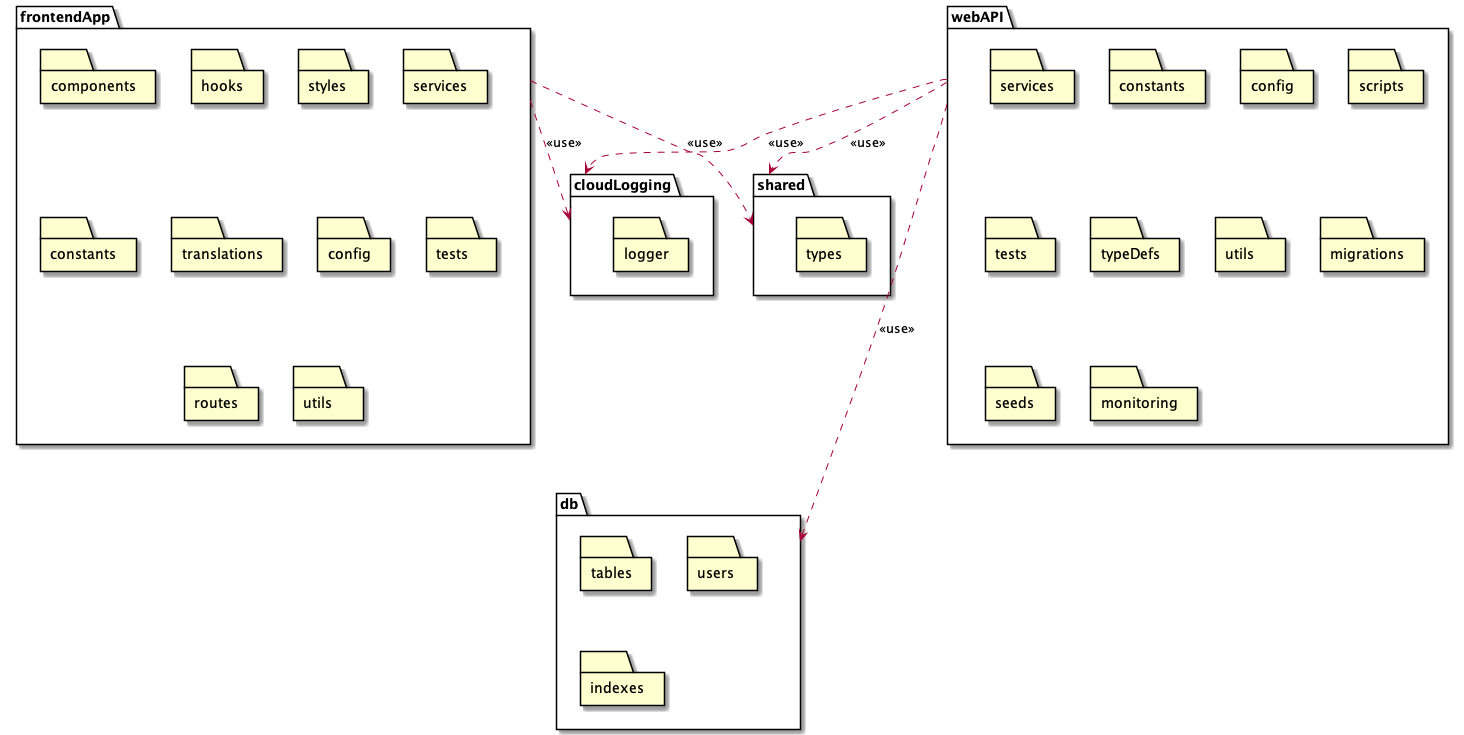
This is assets/diagrams/out/soa/packages/packages.png from pehovorka/4IT575_architektury_docs, a PlantUML export, as it was before one commit.
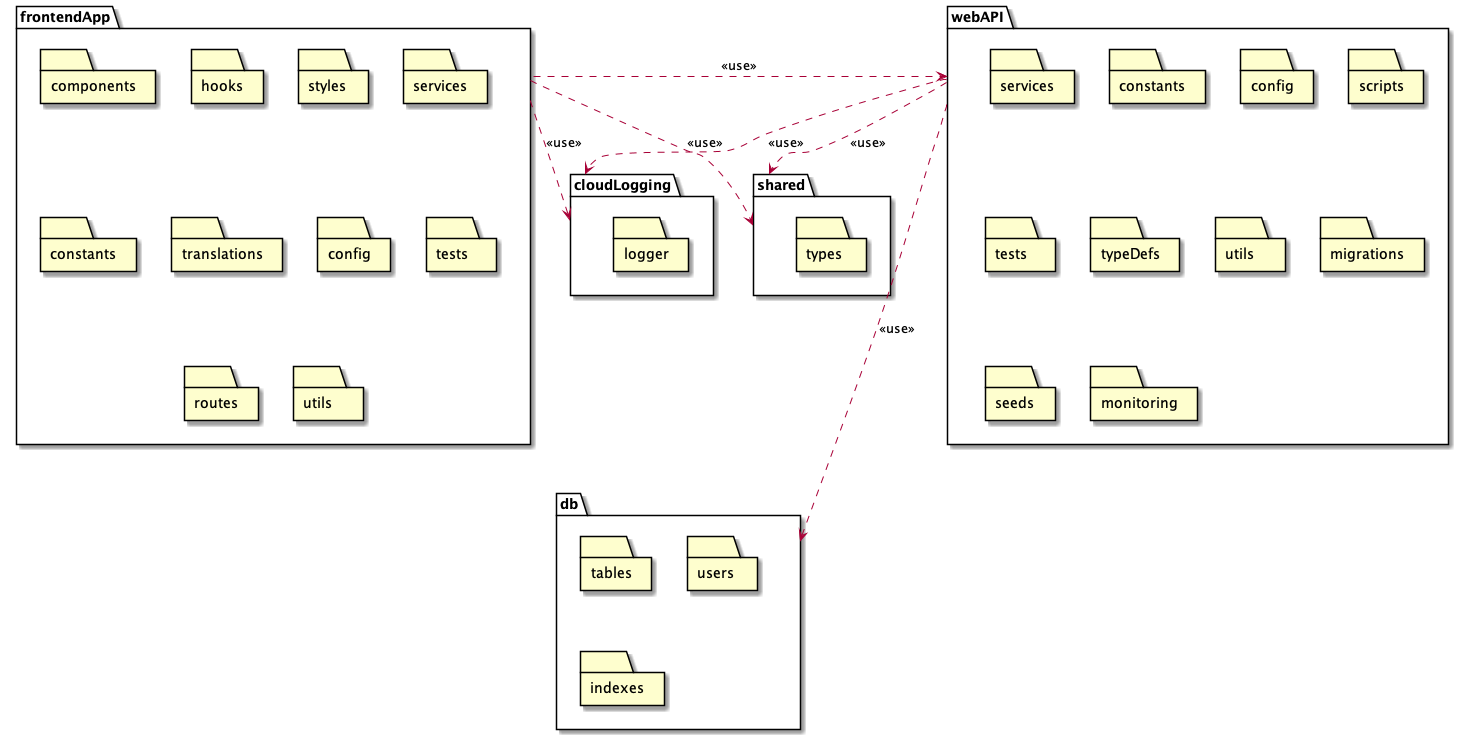
Later version of the same file.

Commit message:
Add FE to API dependency to SOA packages diagram

What changed in the source:
```diff
@@ -1,5 +1,4 @@
 @startuml
-
 package "frontendApp" as frontendApp {
     folder components as FEComponents
     folder hooks as hooks
@@ -49,5 +48,7 @@
 
 apiApp ..> db: <<use>>
 
+frontendApp .up.> apiApp: <<use>>
+
 
 @enduml
```
